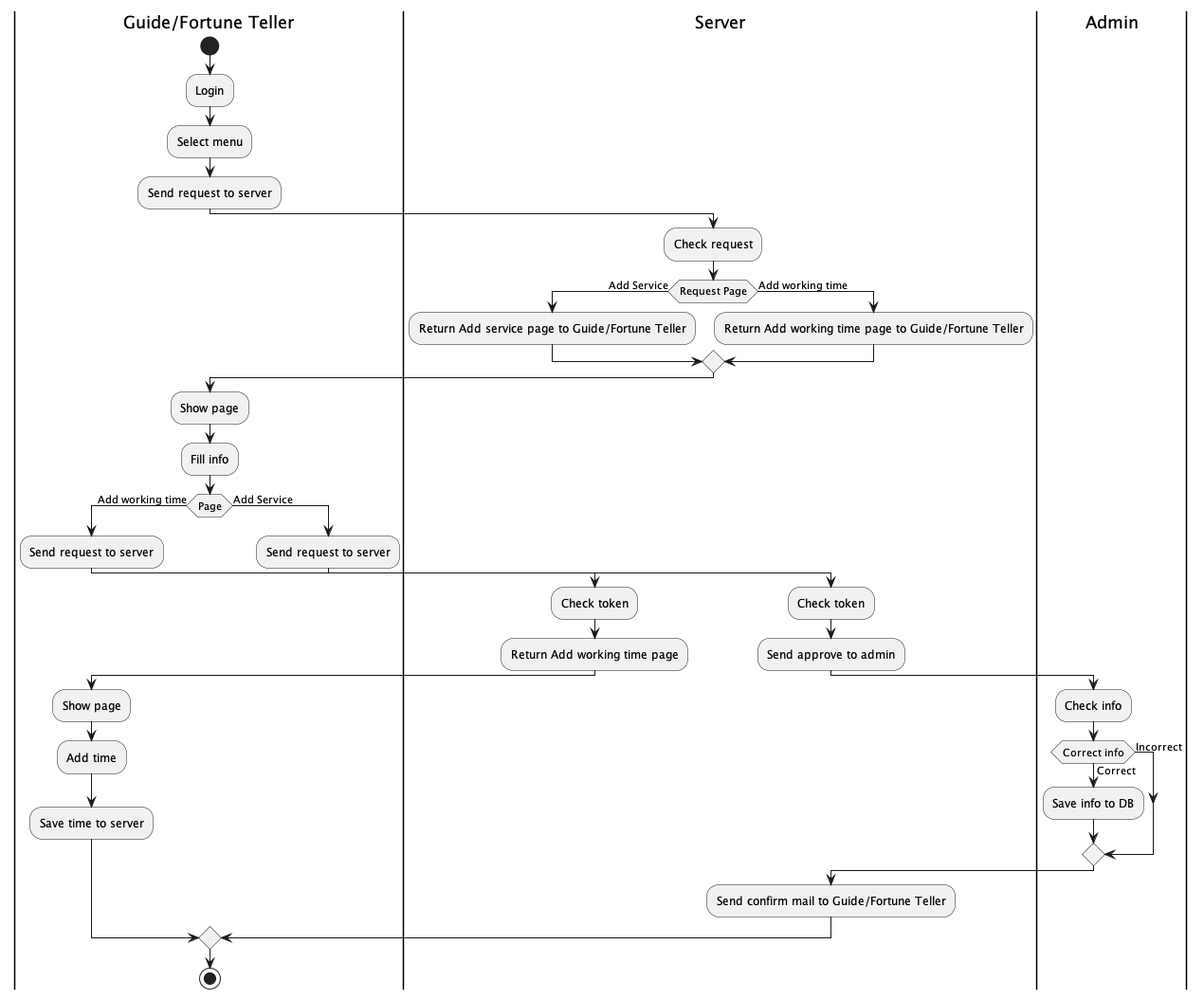
Earlier version of the PlantUML export out/activity-diagram/Add-Service.png (Nxwbtk/SA-Diagram).
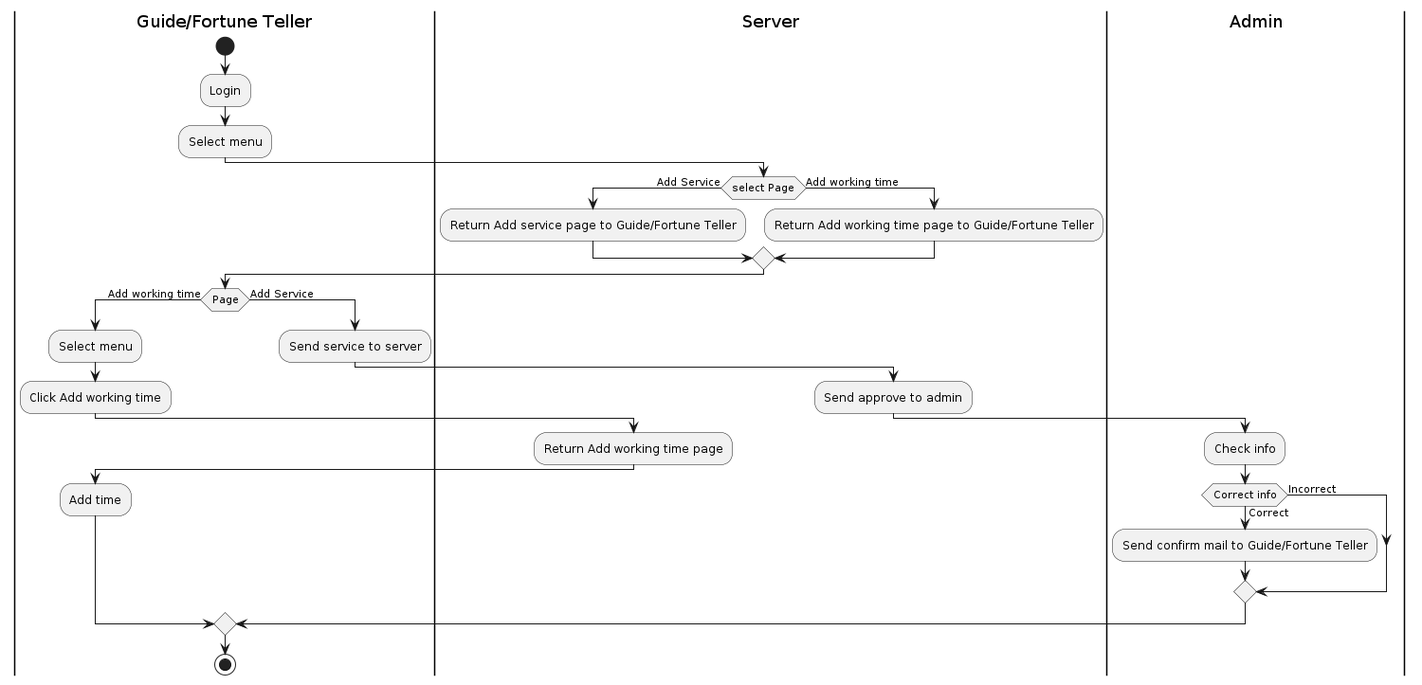
After the commit.

Change to the diagram source:
```diff
@@ -3,39 +3,30 @@
 start
 :Login;
 :Select menu;
-:Send request to server;
 |Server|
-:Check request;
-if (Request Page) is (Add Service) then
+if (select Page) is (Add Service) then
 	:Return Add service page to Guide/Fortune Teller;
 else (Add working time)
 	:Return Add working time page to Guide/Fortune Teller;
 endif
 |Guide/Fortune Teller|
-:Show page;
-:Fill info;
 if (Page) is (Add working time) then
-	:Send request to server;
+	:Select menu;
+	:Click Add working time;
 	|Server|
-	:Check token;
 	:Return Add working time page;
 	|Guide/Fortune Teller|
-	:Show page;
 	:Add time;
-	:Save time to server;
 else (Add Service)
-	:Send request to server;
+	:Send service to server;
 	|Server|
-	:Check token;
 	:Send approve to admin;
 	|Admin|
 	:Check info;
 	if (Correct info) is (Correct) then
-		:Save info to DB;
+		:Send confirm mail to Guide/Fortune Teller;
 	else (Incorrect)
 	endif
-|Server|
-:Send confirm mail to Guide/Fortune Teller;
 endif
 |Guide/Fortune Teller|
 stop
```
